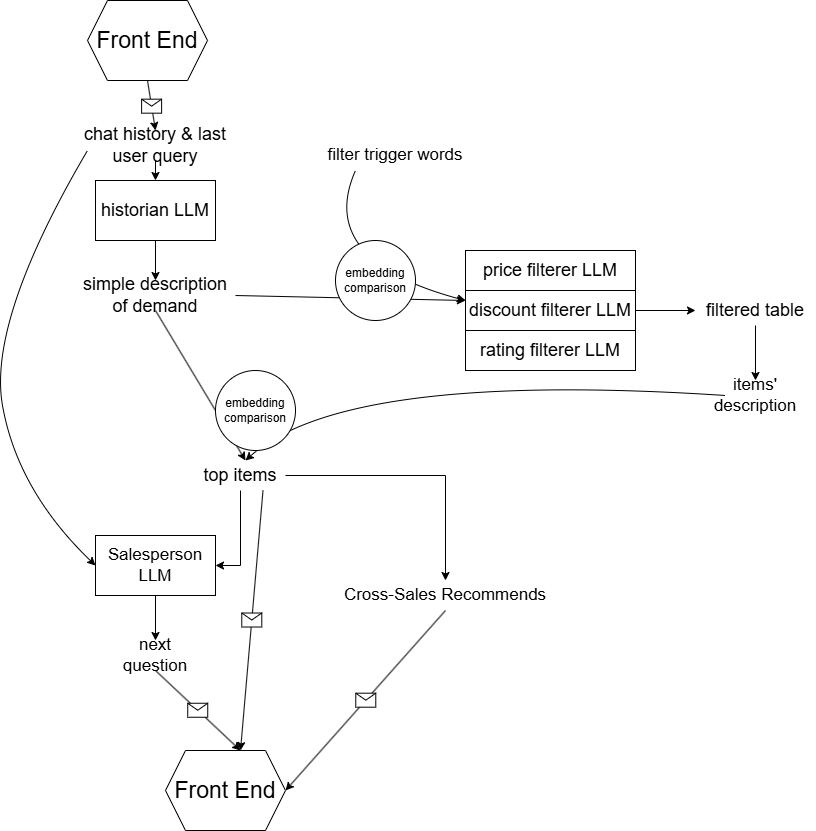
Above: Demo/chart.png in siyuan-zou/Repository_RetailX (draw.io), before the change. Source tidied: cells renumbered, new cells last; positions are measured from the earlier drawing's top-left corner, leaving out a move shared by most shapes.
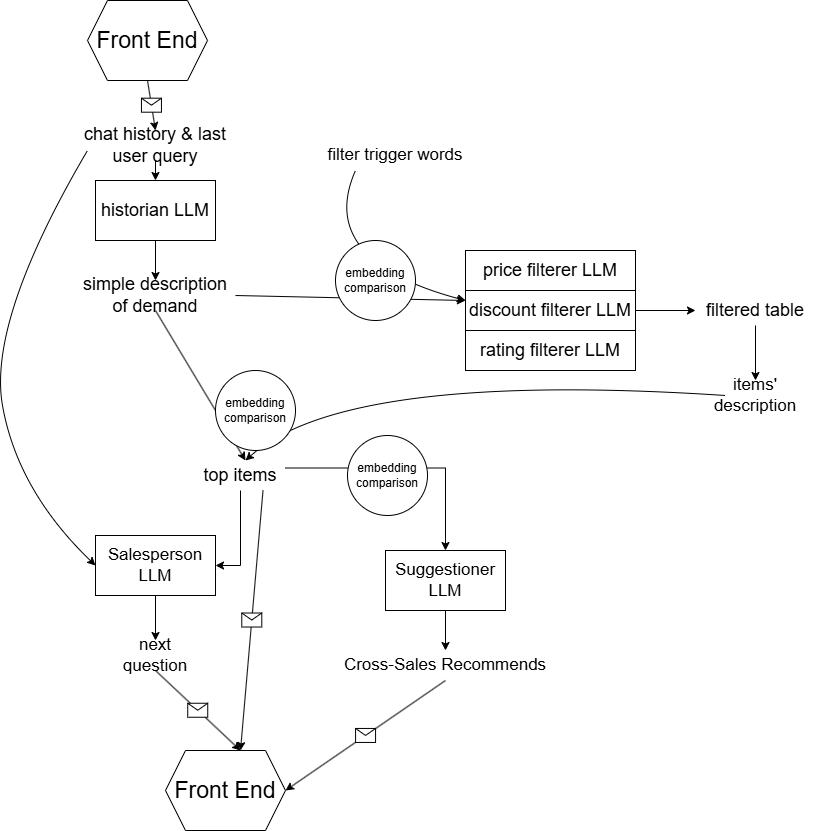
Above is the later version.

Change to the diagram source:
```diff
@@ -66,9 +66,6 @@
     <mxCell id="19" value="filtered table" style="text;html=1;align=center;verticalAlign=middle;whiteSpace=wrap;rounded=0;fontSize=18;" parent="1" vertex="1">
       <mxGeometry x="708" y="295" width="120" height="30" as="geometry" />
     </mxCell>
-    <mxCell id="20" style="edgeStyle=orthogonalEdgeStyle;rounded=0;jettySize=auto;html=1;exitX=1;exitY=0.5;exitDx=0;exitDy=0;entryX=0.5;entryY=0;entryDx=0;entryDy=0;" parent="1" edge="1" source="26" target="35">
-      <mxGeometry relative="1" as="geometry" />
-    </mxCell>
     <mxCell id="21" value="items' description" style="text;html=1;align=center;verticalAlign=middle;whiteSpace=wrap;rounded=0;fontSize=17;" parent="1" vertex="1">
       <mxGeometry x="738" y="380" width="60" height="30" as="geometry" />
     </mxCell>
@@ -91,6 +88,9 @@
     <mxCell id="25" style="edgeStyle=orthogonalEdgeStyle;rounded=0;jettySize=auto;html=1;exitX=0.5;exitY=1;exitDx=0;exitDy=0;entryX=1;entryY=0.5;entryDx=0;entryDy=0;" parent="1" edge="1" source="26" target="28">
       <mxGeometry relative="1" as="geometry" />
     </mxCell>
+    <mxCell id="39" style="edgeStyle=orthogonalEdgeStyle;rounded=0;jettySize=auto;html=1;exitX=1;exitY=0.25;exitDx=0;exitDy=0;entryX=0.5;entryY=0;entryDx=0;entryDy=0;" parent="1" edge="1" source="26" target="41">
+      <mxGeometry relative="1" as="geometry" />
+    </mxCell>
     <mxCell id="26" value="top items" style="text;html=1;align=center;verticalAlign=middle;whiteSpace=wrap;rounded=0;fontSize=18;" parent="1" vertex="1">
       <mxGeometry x="208" y="460" width="90" height="30" as="geometry" />
     </mxCell>
@@ -123,7 +123,7 @@
       </mxGeometry>
     </mxCell>
     <mxCell id="35" value="Cross-Sales Recommends" style="text;html=1;align=center;verticalAlign=middle;whiteSpace=wrap;rounded=0;fontSize=17;" parent="1" vertex="1">
-      <mxGeometry x="338" y="580" width="240" height="30" as="geometry" />
+      <mxGeometry x="338" y="650" width="240" height="30" as="geometry" />
     </mxCell>
     <mxCell id="36" style="endArrow=classic;html=1;rounded=0;exitX=0.5;exitY=1;exitDx=0;exitDy=0;entryX=1;entryY=0.5;entryDx=0;entryDy=0;" parent="1" edge="1" source="35" target="30">
       <mxGeometry relative="1" as="geometry" />
@@ -142,5 +142,14 @@
         </Array>
       </mxGeometry>
     </mxCell>
+    <mxCell id="40" style="edgeStyle=orthogonalEdgeStyle;rounded=0;jettySize=auto;html=1;exitX=0.5;exitY=1;exitDx=0;exitDy=0;entryX=0.5;entryY=0;entryDx=0;entryDy=0;" parent="1" edge="1" source="41" target="35">
+      <mxGeometry relative="1" as="geometry" />
+    </mxCell>
+    <mxCell id="41" value="Suggestioner LLM" style="rounded=0;whiteSpace=wrap;html=1;fontSize=17;" parent="1" vertex="1">
+      <mxGeometry x="398" y="550" width="120" height="60" as="geometry" />
+    </mxCell>
+    <mxCell id="42" value="embedding comparison" style="ellipse;whiteSpace=wrap;html=1;" parent="1" vertex="1">
+      <mxGeometry x="360" y="435" width="80" height="80" as="geometry" />
+    </mxCell>
   </root>
 </mxGraphModel>
```
